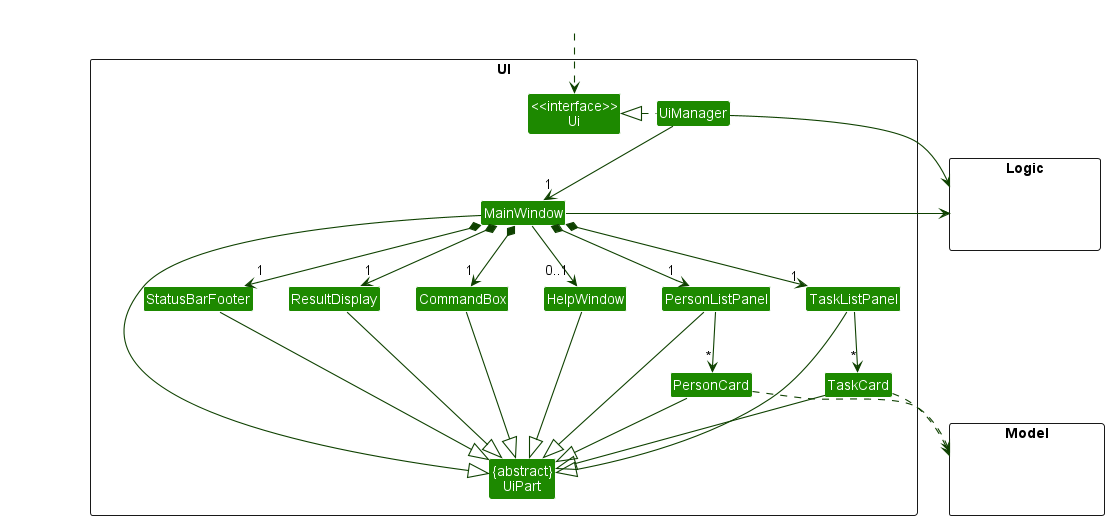
Earlier version of the PlantUML export docs/images/UiClassDiagram.png (nus-cs2103-AY2223S1/tp).
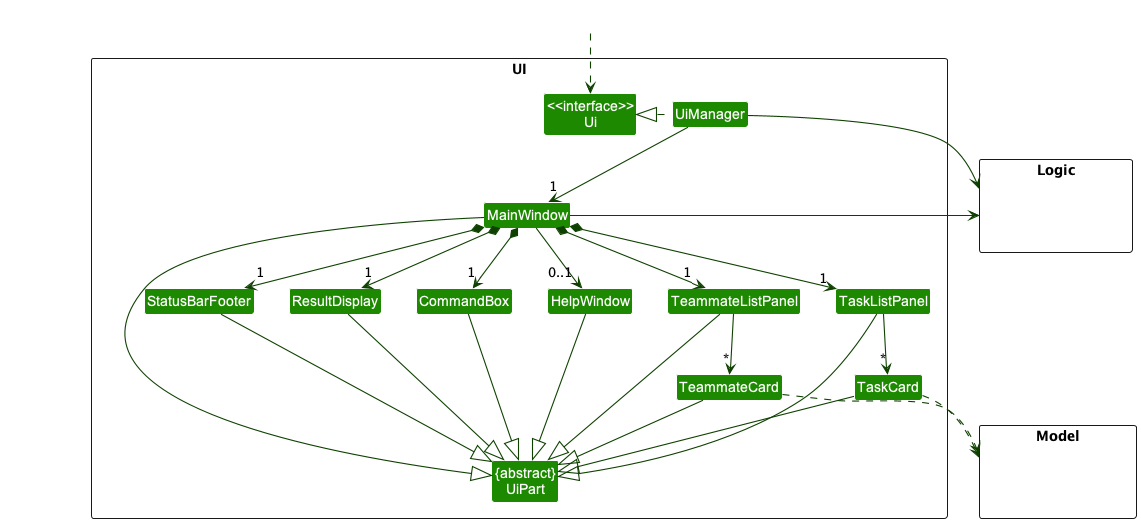
After the change.

The edit, as a diff of the source:
```diff
@@ -11,8 +11,8 @@
 Class MainWindow
 Class HelpWindow
 Class ResultDisplay
-Class PersonListPanel
-Class PersonCard
+Class TeammateListPanel
+Class TeammateCard
 Class TaskListPanel
 Class TaskCard
 Class StatusBarFooter
@@ -34,31 +34,31 @@
 UiManager -down-> "1" MainWindow
 MainWindow *-down->  "1" CommandBox
 MainWindow *-down-> "1" ResultDisplay
-MainWindow *-down-> "1" PersonListPanel
+MainWindow *-down-> "1" TeammateListPanel
 MainWindow *-down-> "1" TaskListPanel
 MainWindow *-down-> "1" StatusBarFooter
 MainWindow --> "0..1" HelpWindow
 
-PersonListPanel -down-> "*" PersonCard
+TeammateListPanel -down-> "*" TeammateCard
 TaskListPanel -down-> "*" TaskCard
 
 MainWindow -left-|> UiPart
 
 ResultDisplay --|> UiPart
 CommandBox --|> UiPart
-PersonListPanel --|> UiPart
-PersonCard --|> UiPart
+TeammateListPanel --|> UiPart
+TeammateCard --|> UiPart
 TaskListPanel --|> UiPart
 TaskCard --|> UiPart
 StatusBarFooter --|> UiPart
 HelpWindow --|> UiPart
 
-PersonCard ..> Model
+TeammateCard ..> Model
 TaskCard ..> Model
 UiManager -right-> Logic
 MainWindow -left-> Logic
 
-PersonListPanel -[hidden]left- HelpWindow
+TeammateListPanel -[hidden]left- HelpWindow
 HelpWindow -[hidden]left- CommandBox
 CommandBox -[hidden]left- ResultDisplay
 ResultDisplay -[hidden]left- StatusBarFooter
```
